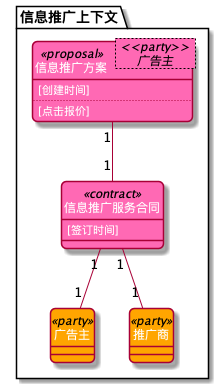
Before: info_promotion_contract_diagram.png, a diagram exported from PlantUML (behring/8x-flow-diagram).
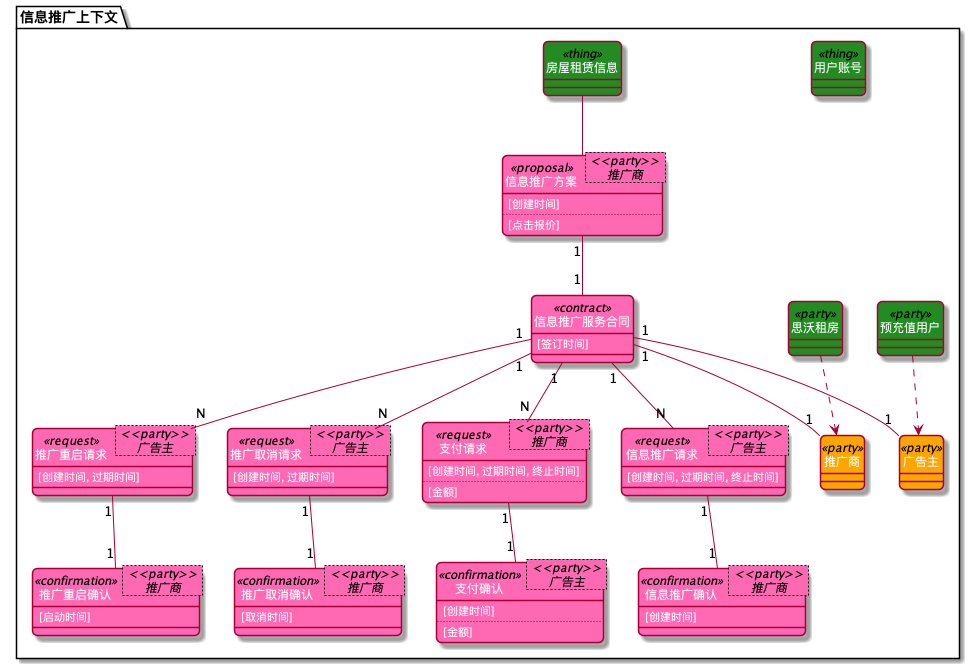
Later version of the same file.

The edit, as a diff of the source:
```diff
@@ -5,18 +5,39 @@
 hide circle
             package <color:black>信息推广上下文</color> {
                 class 广告主
+class 预充值用户
 class 推广商
+class 思沃租房
 class 信息推广方案
+class 用户账号
+class 房屋租赁信息
 class 信息推广服务合同
+class 推广重启请求
+class 推广重启确认
+class 推广取消请求
+class 推广取消确认
+class 支付请求
+class 支付确认
+class 信息推广请求
+class 信息推广确认
 
             }
 
-class 信息推广方案< <<party>> \n 广告主 ><<proposal>> #HotPink{
+class 信息推广方案< <<party>> \n 推广商 ><<proposal>> #HotPink{
     [创建时间]
     ..
     [点击报价]
 }
 信息推广方案  "1" -- "1"  信息推广服务合同
+
+class 预充值用户 <<party>> #ForestGreen
+
+class 思沃租房 <<party>> #ForestGreen
+
+class 用户账号 <<thing>> #ForestGreen
+
+class 房屋租赁信息 <<thing>> #ForestGreen
+房屋租赁信息  --  信息推广方案
 
 
 class 信息推广服务合同<<contract>> #HotPink{
@@ -26,8 +47,70 @@
 }
 class 广告主 <<party>> #orange
 信息推广服务合同  "1" -- "1"  广告主
+预充值用户  ..>  广告主
 class 推广商 <<party>> #orange
 信息推广服务合同  "1" -- "1"  推广商
+思沃租房  ..>  推广商
+信息推广服务合同  "1" -- "N"  推广重启请求
+
+class 推广重启请求< <<party>> \n 广告主 ><<request>> #HotPink{
+    [创建时间, 过期时间]
+
+
+}
+推广重启请求  "1" -- "1"  推广重启确认
+
+class 推广重启确认< <<party>> \n 推广商 ><<confirmation>> #HotPink{
+    [启动时间]
+
+
+}
+
+信息推广服务合同  "1" -- "N"  推广取消请求
+
+class 推广取消请求< <<party>> \n 广告主 ><<request>> #HotPink{
+    [创建时间, 过期时间]
+
+
+}
+推广取消请求  "1" -- "1"  推广取消确认
+
+class 推广取消确认< <<party>> \n 推广商 ><<confirmation>> #HotPink{
+    [取消时间]
+
+
+}
+
+信息推广服务合同  "1" -- "N"  支付请求
+
+class 支付请求< <<party>> \n 推广商 ><<request>> #HotPink{
+    [创建时间, 过期时间, 终止时间]
+    ..
+    [金额]
+}
+支付请求  "1" -- "1"  支付确认
+
+class 支付确认< <<party>> \n 广告主 ><<confirmation>> #HotPink{
+    [创建时间]
+    ..
+    [金额]
+}
+
+信息推广服务合同  "1" -- "N"  信息推广请求
+
+class 信息推广请求< <<party>> \n 广告主 ><<request>> #HotPink{
+    [创建时间, 过期时间, 终止时间]
+
+
+}
+信息推广请求  "1" -- "1"  信息推广确认
+
+class 信息推广确认< <<party>> \n 推广商 ><<confirmation>> #HotPink{
+    [创建时间]
+
+
+}
+
 
 class 广告主 <<party>> #orange
 class 推广商 <<party>> #orange
```
